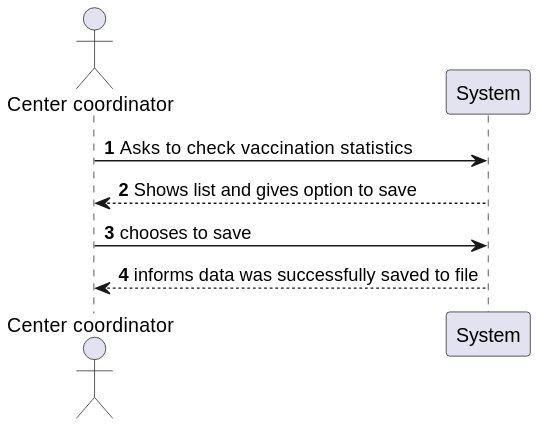
PedroMesquita1211171/VaccinationManager keeps this PlantUML diagram as docs/SprintD/US/US15/US015_SSD.svg. Above is the earlier version.
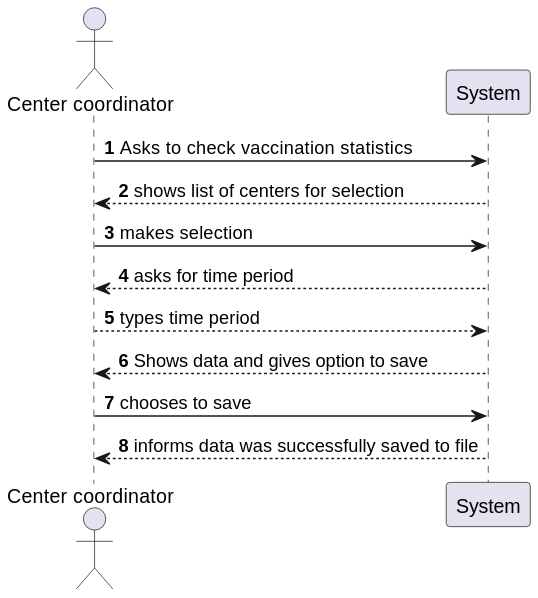
After the commit.

Diff of the diagram source:
```diff
@@ -4,7 +4,13 @@
 actor "Center coordinator" as cc
 
 cc -> System: Asks to check vaccination statistics
-System --> cc: Shows list and gives option to save
+System --> cc: shows list of centers for selection
+
+cc -> System: makes selection
+System --> cc: asks for time period
+
+cc --> System: types time period
+System --> cc: Shows data and gives option to save
 
 cc -> System: chooses to save
 cc <-- System: informs data was successfully saved to file
```
